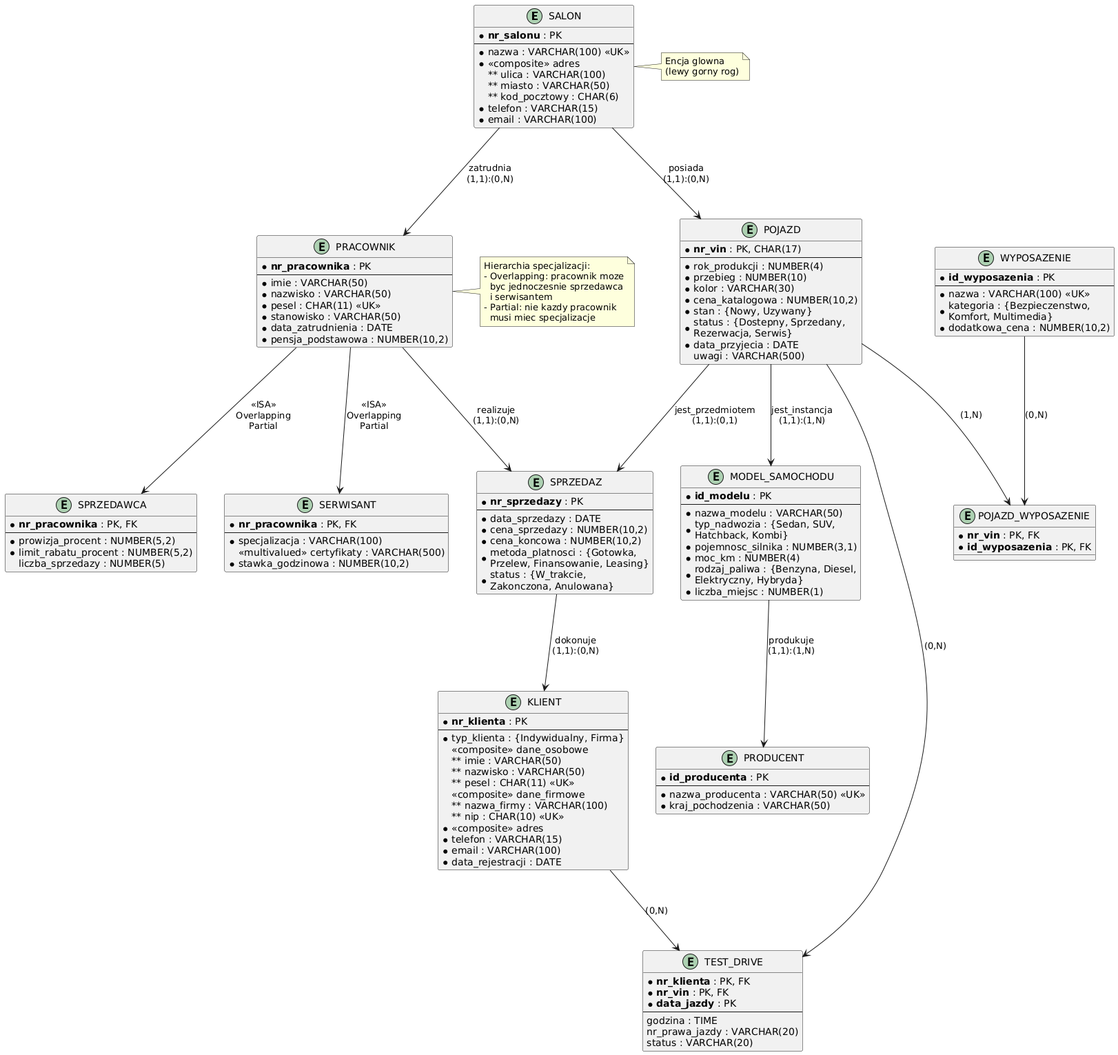
Above: tex/koncept.png in Vort3x5/CarSal (PlantUML), before the change.
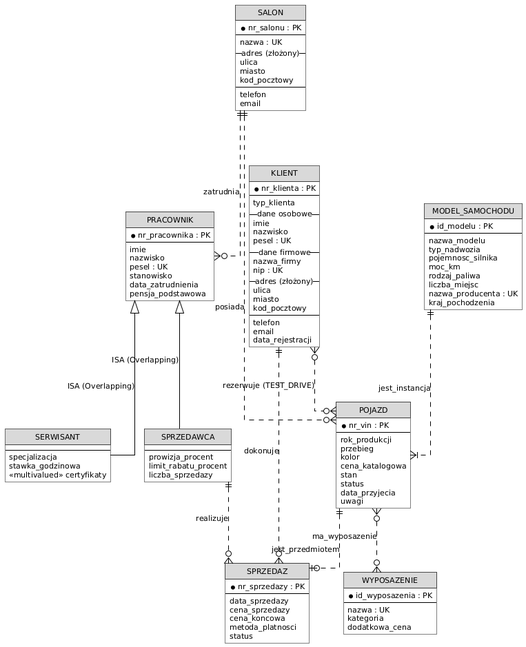
The same diagram one commit later.

What changed in the source:
```diff
@@ -1,164 +1,143 @@
 @startuml koncept
 
-skinparam ranksep 100
-skinparam nodesep 40
-skinparam defaultFontName "Arial"
+skinparam linetype ortho
+skinparam nodesep 50
+skinparam ranksep 80
+skinparam roundcorner 0
+skinparam shadow false
+skinparam defaultFontName Arial
+skinparam defaultFontSize 11
+
+skinparam class {
+    BackgroundColor #FFFFFF
+    ArrowColor #000000
+    BorderColor #000000
+    HeaderBackgroundColor #D9D9D9
+}
+hide circle
 
 
-entity "SALON" as salon {
-  * **nr_salonu** : PK
-  --
-  * nazwa : VARCHAR(100) <<UK>>
-  * <<composite>> adres
-    ** ulica : VARCHAR(100)
-    ** miasto : VARCHAR(50)
-    ** kod_pocztowy : CHAR(6)
-  * telefon : VARCHAR(15)
-  * email : VARCHAR(100)
+entity "SALON" {
+    *nr_salonu : PK
+    --
+    nazwa : UK
+    -- adres (złożony) --
+    ulica
+    miasto
+    kod_pocztowy
+    --
+    telefon
+    email
 }
 
-entity "PRACOWNIK" as pracownik {
-  * **nr_pracownika** : PK
-  --
-  * imie : VARCHAR(50)
-  * nazwisko : VARCHAR(50)
-  * pesel : CHAR(11) <<UK>>
-  * stanowisko : VARCHAR(50)
-  * data_zatrudnienia : DATE
-  * pensja_podstawowa : NUMBER(10,2)
+entity "POJAZD" {
+    *nr_vin : PK
+    --
+    rok_produkcji
+    przebieg
+    kolor
+    cena_katalogowa
+    stan
+    status
+    data_przyjecia
+    uwagi
 }
 
-entity "SPRZEDAWCA" as sprzedawca {
-  * **nr_pracownika** : PK, FK
-  --
-  * prowizja_procent : NUMBER(5,2)
-  * limit_rabatu_procent : NUMBER(5,2)
-  liczba_sprzedazy : NUMBER(5)
+entity "MODEL_SAMOCHODU" {
+    *id_modelu : PK
+    --
+    nazwa_modelu
+    typ_nadwozia
+    pojemnosc_silnika
+    moc_km
+    rodzaj_paliwa
+    liczba_miejsc
+    nazwa_producenta : UK
+    kraj_pochodzenia
 }
 
-entity "SERWISANT" as serwisant {
-  * **nr_pracownika** : PK, FK
-  --
-  * specjalizacja : VARCHAR(100)
-  <<multivalued>> certyfikaty : VARCHAR(500)
-  * stawka_godzinowa : NUMBER(10,2)
+entity "KLIENT" {
+    *nr_klienta : PK
+    --
+    typ_klienta
+    -- dane osobowe --
+    imie
+    nazwisko
+    pesel : UK
+    -- dane firmowe --
+    nazwa_firmy
+    nip : UK
+    -- adres (złożony) --
+    ulica
+    miasto
+    kod_pocztowy
+    --
+    telefon
+    email
+    data_rejestracji
 }
 
-entity "POJAZD" as pojazd {
-  * **nr_vin** : PK, CHAR(17)
-  --
-  * rok_produkcji : NUMBER(4)
-  * przebieg : NUMBER(10)
-  * kolor : VARCHAR(30)
-  * cena_katalogowa : NUMBER(10,2)
-  * stan : {Nowy, Uzywany}
-  * status : {Dostepny, Sprzedany,\nRezerwacja, Serwis}
-  * data_przyjecia : DATE
-  uwagi : VARCHAR(500)
+entity "PRACOWNIK" {
+    *nr_pracownika : PK
+    --
+    imie
+    nazwisko
+    pesel : UK
+    stanowisko
+    data_zatrudnienia
+    pensja_podstawowa
 }
 
-entity "MODEL_SAMOCHODU" as model {
-  * **id_modelu** : PK
-  --
-  * nazwa_modelu : VARCHAR(50)
-  * typ_nadwozia : {Sedan, SUV,\nHatchback, Kombi}
-  * pojemnosc_silnika : NUMBER(3,1)
-  * moc_km : NUMBER(4)
-  * rodzaj_paliwa : {Benzyna, Diesel,\nElektryczny, Hybryda}
-  * liczba_miejsc : NUMBER(1)
+entity "SPRZEDAWCA" {
+    --
+    prowizja_procent
+    limit_rabatu_procent
+    liczba_sprzedazy
 }
 
-entity "PRODUCENT" as producent {
-  * **id_producenta** : PK
-  --
-  * nazwa_producenta : VARCHAR(50) <<UK>>
-  * kraj_pochodzenia : VARCHAR(50)
+entity "SERWISANT" {
+    --
+    specjalizacja
+    stawka_godzinowa
+    <<multivalued>> certyfikaty
 }
 
-entity "SPRZEDAZ" as sprzedaz {
-  * **nr_sprzedazy** : PK
-  --
-  * data_sprzedazy : DATE
-  * cena_sprzedazy : NUMBER(10,2)
-  * cena_koncowa : NUMBER(10,2)
-  * metoda_platnosci : {Gotowka,\nPrzelew, Finansowanie, Leasing}
-  * status : {W_trakcie,\nZakonczona, Anulowana}
+entity "SPRZEDAZ" {
+    *nr_sprzedazy : PK
+    --
+    data_sprzedazy
+    cena_sprzedazy
+    cena_koncowa
+    metoda_platnosci
+    status
 }
 
-entity "KLIENT" as klient {
-  * **nr_klienta** : PK
-  --
-  * typ_klienta : {Indywidualny, Firma}
-  <<composite>> dane_osobowe
-    ** imie : VARCHAR(50)
-    ** nazwisko : VARCHAR(50)
-    ** pesel : CHAR(11) <<UK>>
-  <<composite>> dane_firmowe
-    ** nazwa_firmy : VARCHAR(100)
-    ** nip : CHAR(10) <<UK>>
-  * <<composite>> adres
-  * telefon : VARCHAR(15)
-  * email : VARCHAR(100)
-  * data_rejestracji : DATE
-}
-
-entity "WYPOSAZENIE" as wyposazenie {
-  * **id_wyposazenia** : PK
-  --
-  * nazwa : VARCHAR(100) <<UK>>
-  * kategoria : {Bezpieczenstwo,\nKomfort, Multimedia}
-  * dodatkowa_cena : NUMBER(10,2)
-}
-
-entity "TEST_DRIVE" as test_drive {
-  * **nr_klienta** : PK, FK
-  * **nr_vin** : PK, FK
-  * **data_jazdy** : PK
-  --
-  godzina : TIME
-  nr_prawa_jazdy : VARCHAR(20)
-  status : VARCHAR(20)
-}
-
-entity "POJAZD_WYPOSAZENIE" as pojazd_wyp {
-  * **nr_vin** : PK, FK
-  * **id_wyposazenia** : PK, FK
+entity "WYPOSAZENIE" {
+    *id_wyposazenia : PK
+    --
+    nazwa : UK
+    kategoria
+    dodatkowa_cena
 }
 
 
-salon -down-> pracownik : "zatrudnia\n(1,1):(0,N)"
-salon -down-> pojazd : "posiada\n(1,1):(0,N)"
+SALON ||..o{ POJAZD : "posiada"
 
-pracownik -down-> sprzedawca : "<<ISA>>\nOverlapping\nPartial"
-pracownik -down-> serwisant : "<<ISA>>\nOverlapping\nPartial"
+SALON ||..o{ PRACOWNIK : "zatrudnia"
 
-pracownik -down-> sprzedaz : "realizuje\n(1,1):(0,N)"
+MODEL_SAMOCHODU ||..|{ POJAZD : "jest_instancja"
 
-pojazd -down-> model : "jest_instancja\n(1,1):(1,N)"
-pojazd -down-> sprzedaz : "jest_przedmiotem\n(1,1):(0,1)"
-pojazd -down-> pojazd_wyp : "(1,N)"
-pojazd -down-> test_drive : "(0,N)"
+KLIENT ||..o{ SPRZEDAZ : "dokonuje"
 
-model -down-> producent : "produkuje\n(1,1):(1,N)"
+SPRZEDAWCA ||..o{ SPRZEDAZ : "realizuje"
 
-sprzedaz -down-> klient : "dokonuje\n(1,1):(0,N)"
+POJAZD ||..o| SPRZEDAZ : "jest_przedmiotem"
 
-klient -down-> test_drive : "(0,N)"
+POJAZD }o..o{ WYPOSAZENIE : "ma_wyposazenie"
 
-wyposazenie -down-> pojazd_wyp : "(0,N)"
+KLIENT }o..o{ POJAZD : "rezerwuje (TEST_DRIVE)"
 
-note right of salon
-  Encja glowna
-  (lewy gorny rog)
-end note
-
-note right of pracownik
-  Hierarchia specjalizacji:
-  - Overlapping: pracownik moze
-    byc jednoczesnie sprzedawca
-    i serwisantem
-  - Partial: nie kazdy pracownik
-    musi miec specjalizacje
-end note
+PRACOWNIK <|-- SPRZEDAWCA : "ISA (Overlapping)"
+PRACOWNIK <|-- SERWISANT : "ISA (Overlapping)"
 
 @enduml
```
